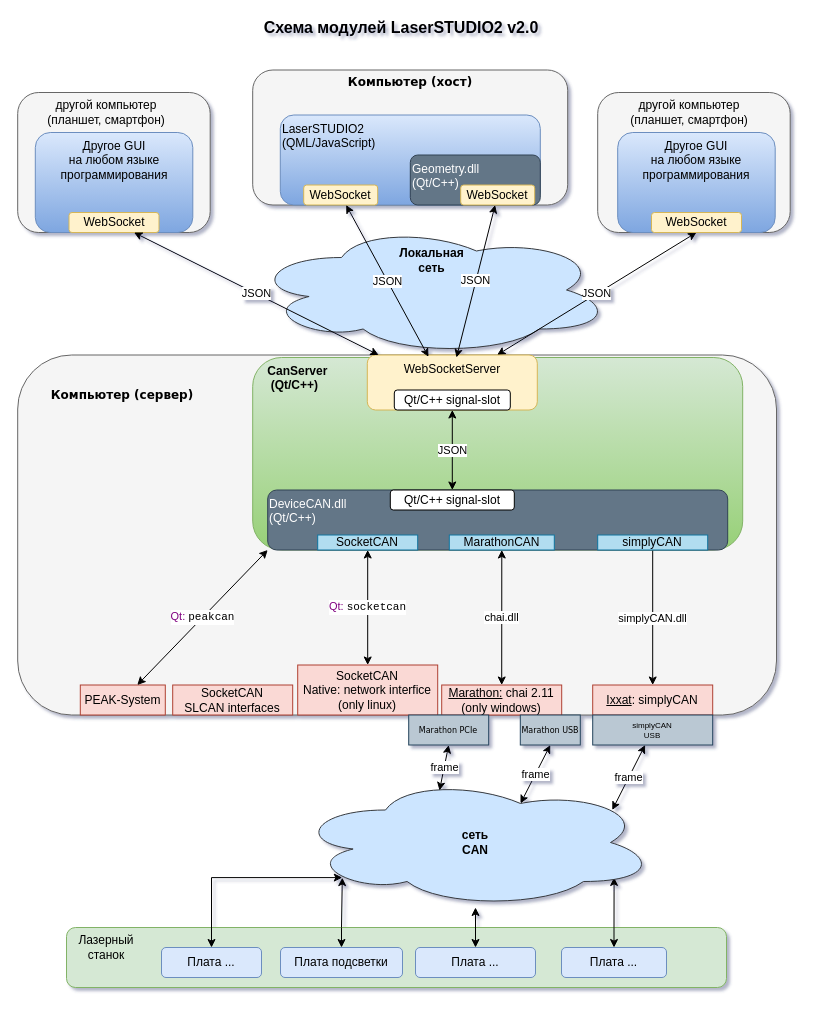
Earlier version of the draw.io diagram LaserSTUDIO2.drawio (ponBulat/dia). Source tidied: cells renumbered, new cells numbered last; positions are measured from the earlier drawing's top-left corner, leaving out a move shared by most shapes. Both pictures are drawn from the tidied source at 100%, with x=0, y=0 at pixel (17, 17).
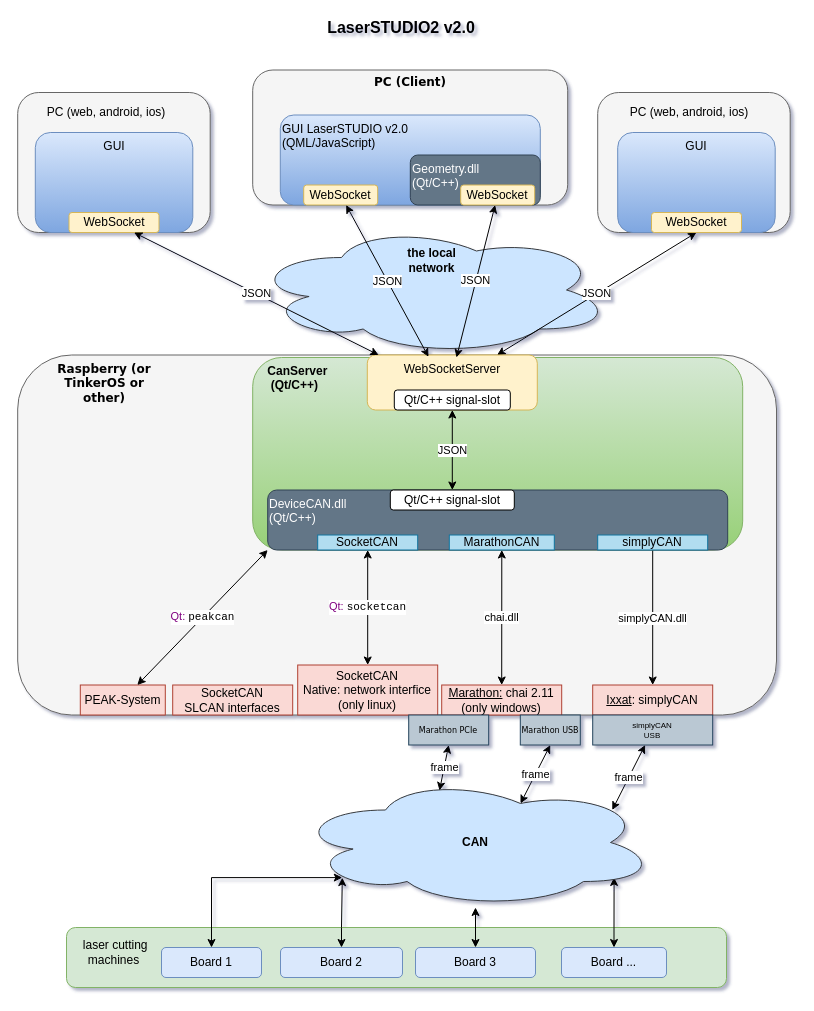
After the change.

The edit, as a diff of the source:
```diff
@@
-    <mxCell id="8" value="Плата подсветки" style="rounded=1;whiteSpace=wrap;html=1;fillColor=#dae8fc;strokeColor=#6c8ebf;" parent="1" vertex="1">
+    <mxCell id="8" value="Board 2" style="rounded=1;whiteSpace=wrap;html=1;fillColor=#dae8fc;strokeColor=#6c8ebf;" parent="1" vertex="1">
       <mxGeometry x="263" y="930" width="122" height="30" as="geometry" />
     </mxCell>
-    <mxCell id="9" value="Лазерный станок" style="text;html=1;strokeColor=none;fillColor=none;align=center;verticalAlign=middle;whiteSpace=wrap;rounded=0;" parent="1" vertex="1">
-      <mxGeometry x="54" y="920" width="70" height="20" as="geometry" />
+    <mxCell id="9" value="&amp;nbsp;laser cutting machines" style="text;html=1;strokeColor=none;fillColor=none;align=center;verticalAlign=middle;whiteSpace=wrap;rounded=0;" parent="1" vertex="1">
+      <mxGeometry x="54" y="920" width="85" height="30" as="geometry" />
     </mxCell>
@@
-    <mxCell id="11" value="Плата ..." style="rounded=1;whiteSpace=wrap;html=1;fillColor=#dae8fc;strokeColor=#6c8ebf;" parent="1" vertex="1">
+    <mxCell id="11" value="Board 1" style="rounded=1;whiteSpace=wrap;html=1;fillColor=#dae8fc;strokeColor=#6c8ebf;" parent="1" vertex="1">
       <mxGeometry x="144" y="930" width="100" height="30" as="geometry" />
     </mxCell>
@@
-    <mxCell id="13" value="Плата ..." style="rounded=1;whiteSpace=wrap;html=1;fillColor=#dae8fc;strokeColor=#6c8ebf;" parent="1" vertex="1">
+    <mxCell id="13" value="Board 3" style="rounded=1;whiteSpace=wrap;html=1;fillColor=#dae8fc;strokeColor=#6c8ebf;" parent="1" vertex="1">
       <mxGeometry x="398" y="930" width="120" height="30" as="geometry" />
     </mxCell>
@@
-    <mxCell id="15" value="Плата ..." style="rounded=1;whiteSpace=wrap;html=1;fillColor=#dae8fc;strokeColor=#6c8ebf;" parent="1" vertex="1">
+    <mxCell id="15" value="Board ..." style="rounded=1;whiteSpace=wrap;html=1;fillColor=#dae8fc;strokeColor=#6c8ebf;" parent="1" vertex="1">
       <mxGeometry x="544" y="930" width="105" height="30" as="geometry" />
     </mxCell>
@@
-    <mxCell id="17" value="&lt;font face=&quot;Verdana&quot;&gt;&lt;b&gt;Компьютер (хост)&lt;/b&gt;&lt;/font&gt;" style="text;html=1;strokeColor=none;fillColor=none;align=center;verticalAlign=middle;whiteSpace=wrap;rounded=0;" parent="1" vertex="1">
+    <mxCell id="17" value="&lt;font face=&quot;Verdana&quot;&gt;&lt;b&gt;PC (Client)&lt;/b&gt;&lt;/font&gt;" style="text;html=1;strokeColor=none;fillColor=none;align=center;verticalAlign=middle;whiteSpace=wrap;rounded=0;" parent="1" vertex="1">
       <mxGeometry x="312.8" y="40" width="160" height="50" as="geometry" />
     </mxCell>
-    <mxCell id="18" value="&lt;div style=&quot;font-size: 16px&quot;&gt;Схема модулей LaserSTUDIO2 v2.0&lt;/div&gt;" style="text;html=1;strokeColor=none;fillColor=none;align=center;verticalAlign=middle;whiteSpace=wrap;rounded=0;fontStyle=1;" parent="1" vertex="1">
+    <mxCell id="18" value="&lt;div style=&quot;font-size: 16px&quot;&gt;LaserSTUDIO2 v2.0&lt;/div&gt;" style="text;html=1;strokeColor=none;fillColor=none;align=center;verticalAlign=middle;whiteSpace=wrap;rounded=0;fontStyle=1;" parent="1" vertex="1">
       <mxGeometry x="154" width="460" height="20" as="geometry" />
     </mxCell>
@@
-    <mxCell id="31" value="LaserSTUDIO2&lt;br&gt;(QML/JavaScript)" style="rounded=1;whiteSpace=wrap;html=1;fillColor=#dae8fc;gradientColor=#7ea6e0;strokeColor=#6c8ebf;verticalAlign=top;align=left;" parent="1" vertex="1">
+    <mxCell id="31" value="GUI LaserSTUDIO v2.0&lt;br&gt;(QML/JavaScript)" style="rounded=1;whiteSpace=wrap;html=1;fillColor=#dae8fc;gradientColor=#7ea6e0;strokeColor=#6c8ebf;verticalAlign=top;align=left;" parent="1" vertex="1">
       <mxGeometry x="262.8" y="97.5" width="260" height="90" as="geometry" />
     </mxCell>
-    <mxCell id="32" value="Другое GUI &lt;br&gt;на любом языке программирования" style="rounded=1;whiteSpace=wrap;html=1;fillColor=#dae8fc;gradientColor=#7ea6e0;strokeColor=#6c8ebf;verticalAlign=top;" parent="1" vertex="1">
+    <mxCell id="32" value="GUI" style="rounded=1;whiteSpace=wrap;html=1;fillColor=#dae8fc;gradientColor=#7ea6e0;strokeColor=#6c8ebf;verticalAlign=top;" parent="1" vertex="1">
       <mxGeometry x="600.2" y="115" width="157.5" height="100" as="geometry" />
     </mxCell>
@@
-    <mxCell id="37" value="&lt;font face=&quot;Verdana&quot;&gt;&lt;b&gt;Компьютер (сервер)&lt;/b&gt;&lt;/font&gt;" style="text;html=1;strokeColor=none;fillColor=none;align=center;verticalAlign=middle;whiteSpace=wrap;rounded=0;" parent="1" vertex="1">
-      <mxGeometry x="25.2" y="352.5" width="160" height="50" as="geometry" />
+    <mxCell id="37" value="&lt;font face=&quot;Verdana&quot;&gt;&lt;b&gt;Raspberry (or TinkerOS or other)&lt;/b&gt;&lt;/font&gt;" style="text;html=1;strokeColor=none;fillColor=none;align=center;verticalAlign=middle;whiteSpace=wrap;rounded=0;" parent="1" vertex="1">
+      <mxGeometry x="25.2" y="352.5" width="123.8" height="27.5" as="geometry" />
     </mxCell>
@@
-    <mxCell id="42" value="Локальная сеть" style="text;html=1;strokeColor=none;fillColor=none;align=center;verticalAlign=middle;whiteSpace=wrap;rounded=0;fontStyle=1;" parent="1" vertex="1">
+    <mxCell id="42" value="the local network" style="text;html=1;strokeColor=none;fillColor=none;align=center;verticalAlign=middle;whiteSpace=wrap;rounded=0;fontStyle=1;" parent="1" vertex="1">
       <mxGeometry x="378.5" y="227.5" width="71" height="30" as="geometry" />
     </mxCell>
-    <mxCell id="43" value="сеть&lt;br style=&quot;font-size: 12px;&quot;&gt;CAN" style="ellipse;shape=cloud;whiteSpace=wrap;html=1;align=center;verticalAlign=middle;fillColor=#cce5ff;strokeColor=#36393d;fontStyle=1;fontSize=12;" parent="1" vertex="1">
+    <mxCell id="43" value="CAN" style="ellipse;shape=cloud;whiteSpace=wrap;html=1;align=center;verticalAlign=middle;fillColor=#cce5ff;strokeColor=#36393d;fontStyle=1;fontSize=12;" parent="1" vertex="1">
       <mxGeometry x="278" y="760" width="360" height="130" as="geometry" />
     </mxCell>
@@
-    <mxCell id="47" value="другой компьютер (планшет, смартфон)" style="text;html=1;strokeColor=none;fillColor=none;align=center;verticalAlign=middle;whiteSpace=wrap;rounded=0;" parent="1" vertex="1">
+    <mxCell id="47" value="PC (web, android, ios)" style="text;html=1;strokeColor=none;fillColor=none;align=center;verticalAlign=middle;whiteSpace=wrap;rounded=0;" parent="1" vertex="1">
       <mxGeometry x="591.5" y="70" width="160" height="50" as="geometry" />
     </mxCell>
@@
-    <mxCell id="51" value="Другое GUI &lt;br&gt;на любом языке программирования" style="rounded=1;whiteSpace=wrap;html=1;fillColor=#dae8fc;gradientColor=#7ea6e0;strokeColor=#6c8ebf;verticalAlign=top;" parent="1" vertex="1">
+    <mxCell id="51" value="GUI" style="rounded=1;whiteSpace=wrap;html=1;fillColor=#dae8fc;gradientColor=#7ea6e0;strokeColor=#6c8ebf;verticalAlign=top;" parent="1" vertex="1">
       <mxGeometry x="17.8" y="115" width="157.5" height="100" as="geometry" />
     </mxCell>
@@
-    <mxCell id="53" value="другой компьютер (планшет, смартфон)" style="text;html=1;strokeColor=none;fillColor=none;align=center;verticalAlign=middle;whiteSpace=wrap;rounded=0;" parent="1" vertex="1">
+    <mxCell id="53" value="PC (web, android, ios)" style="text;html=1;strokeColor=none;fillColor=none;align=center;verticalAlign=middle;whiteSpace=wrap;rounded=0;" parent="1" vertex="1">
       <mxGeometry x="9" y="70" width="160" height="50" as="geometry" />
     </mxCell>
```
